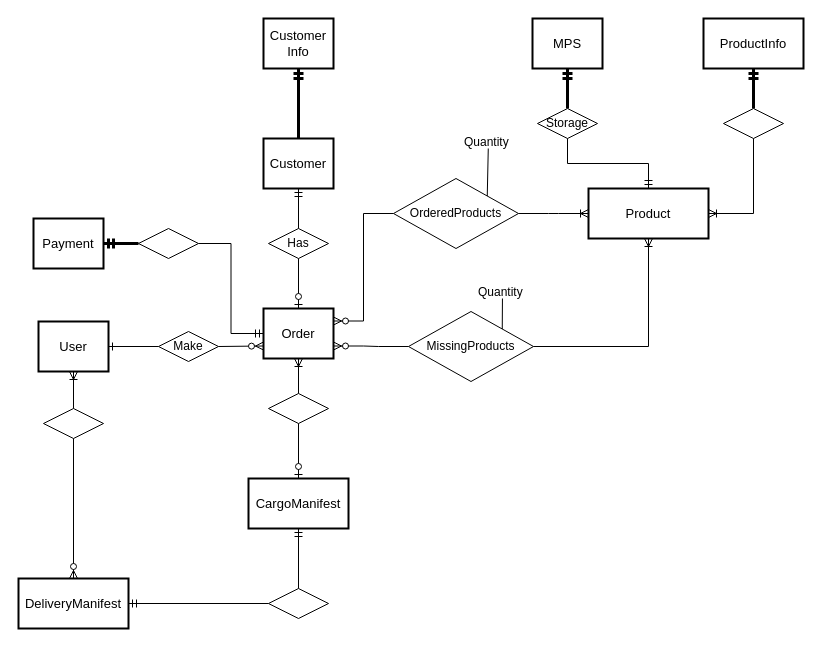
This is documentation/ERD-diagram.drawio from gabrielmrenno/erp_sales, a draw.io file, before an edit. Source tidied: cells renumbered, new cells numbered last; positions are measured from the earlier drawing's top-left corner, leaving out a move shared by most shapes. Both pictures are drawn from the tidied source at 100%, with x=0, y=0 at pixel (18, 18).
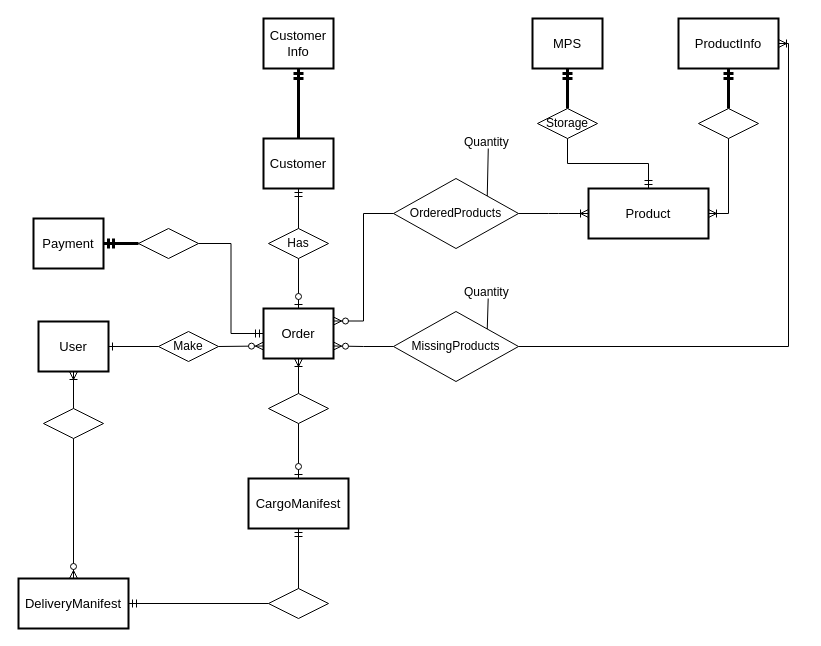
The same page after the edit.

Commit message (it also covers changes not shown here):
fix: getting all stock's product before add to missing products

The change refers to these unchanged cells:
```xml
<mxCell id="5" value="Product" style="strokeWidth=2;whiteSpace=wrap;html=1;align=center;fontSize=13;fontFamily=Helvetica;shadow=0;" parent="1" vertex="1">
  <mxGeometry x="570" y="170" width="120" height="50" as="geometry" />
</mxCell>
```

Change to the diagram source:
```diff
@@
     <mxCell id="29" value="MissingProducts" style="rhombus;whiteSpace=wrap;html=1;shadow=0;" parent="1" vertex="1">
-      <mxGeometry x="390" y="293" width="125" height="70" as="geometry" />
+      <mxGeometry x="375" y="293" width="125" height="70" as="geometry" />
     </mxCell>
@@
-    <mxCell id="31" style="edgeStyle=orthogonalEdgeStyle;fontSize=12;html=1;endArrow=ERoneToMany;rounded=0;exitX=1;exitY=0.5;exitDx=0;exitDy=0;entryX=0.5;entryY=1;entryDx=0;entryDy=0;" parent="1" edge="1" source="29" target="5">
+    <mxCell id="31" style="edgeStyle=orthogonalEdgeStyle;fontSize=12;html=1;endArrow=ERoneToMany;rounded=0;exitX=1;exitY=0.5;exitDx=0;exitDy=0;entryX=1;entryY=0.5;entryDx=0;entryDy=0;" parent="1" edge="1" source="29" target="40">
       <mxGeometry relative="1" as="geometry" />
     </mxCell>
     <mxCell id="32" value="Quantity" style="text;strokeColor=none;fillColor=none;spacingLeft=4;spacingRight=4;overflow=hidden;points=[[0,0.5],[1,0.5]];portConstraint=eastwest;fontSize=12;" parent="1" vertex="1">
-      <mxGeometry x="454" y="260" width="60" height="20" as="geometry" />
+      <mxGeometry x="440" y="260" width="60" height="20" as="geometry" />
     </mxCell>
@@
     <mxCell id="40" value="ProductInfo" style="strokeWidth=2;whiteSpace=wrap;html=1;align=center;fontSize=13;fontFamily=Helvetica;shadow=0;" parent="1" vertex="1">
-      <mxGeometry x="685" width="100" height="50" as="geometry" />
+      <mxGeometry x="660" width="100" height="50" as="geometry" />
     </mxCell>
     <mxCell id="41" style="rhombus;whiteSpace=wrap;html=1;shadow=0;" parent="1" vertex="1">
-      <mxGeometry x="705" y="90" width="60" height="30" as="geometry" />
+      <mxGeometry x="680" y="90" width="60" height="30" as="geometry" />
     </mxCell>
```
